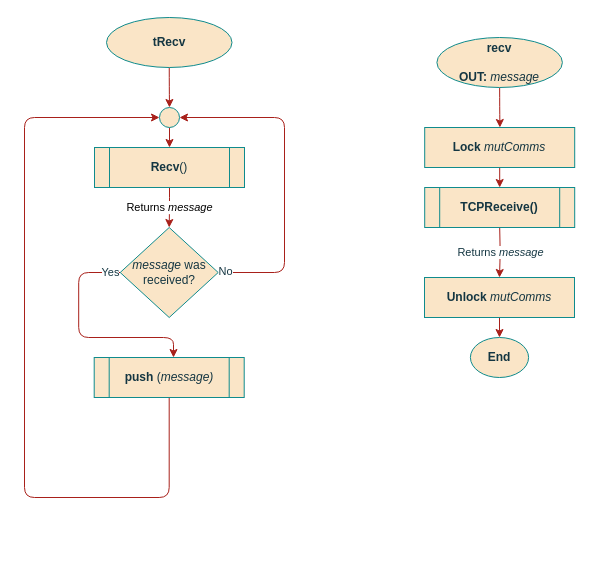
This is page "recv" (6 of 7) of project/report/flowcharts/RStasks/RS.drawio from ESRGgroup9/slipad, a draw.io file, before an edit. Source tidied: cells renumbered, new cells numbered last; positions are measured from the earlier drawing's top-left corner, leaving out a move shared by most shapes. Both pictures are drawn from the tidied source at 100%, with x=0, y=0 at pixel (24, 17).
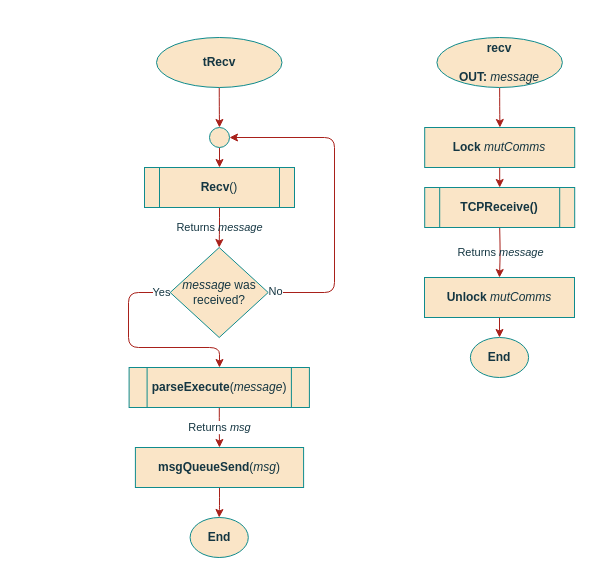
Above is the later version.

Unchanged cells that the change refers to:
```xml
<mxCell id="16" value="&lt;div&gt;recv&lt;/div&gt;&lt;div&gt;&lt;br&gt;&lt;/div&gt;&lt;div&gt;OUT: &lt;span style=&quot;font-weight: normal&quot;&gt;&lt;i&gt;message&lt;/i&gt;&lt;/span&gt;&lt;br&gt;&lt;/div&gt;" style="ellipse;whiteSpace=wrap;html=1;fillColor=#FAE5C7;strokeColor=#0F8B8D;fontColor=#143642;fontStyle=1;" parent="1" vertex="1">
  <mxGeometry x="412.4" y="20" width="125.5" height="50" as="geometry" />
</mxCell>
<mxCell id="18" value="&lt;div&gt;&lt;b&gt;Lock&lt;/b&gt; &lt;i&gt;mutComms&lt;/i&gt;&lt;/div&gt;" style="rounded=0;whiteSpace=wrap;html=1;sketch=0;fontColor=#143642;strokeColor=#0F8B8D;fillColor=#FAE5C7;" parent="1" vertex="1">
  <mxGeometry x="400.2" y="110" width="150" height="40" as="geometry" />
</mxCell>
<mxCell id="21" value="&lt;b&gt;Unlock&lt;/b&gt; &lt;i&gt;mutComms&lt;/i&gt;" style="rounded=0;whiteSpace=wrap;html=1;sketch=0;fontColor=#143642;strokeColor=#0F8B8D;fillColor=#FAE5C7;" parent="1" vertex="1">
  <mxGeometry x="400" y="260" width="150" height="40" as="geometry" />
</mxCell>
<mxCell id="23" value="End" style="ellipse;whiteSpace=wrap;html=1;fillColor=#FAE5C7;strokeColor=#0F8B8D;fontColor=#143642;fontStyle=1;" parent="1" vertex="1">
  <mxGeometry x="445.9" y="320" width="58.2" height="40" as="geometry" />
</mxCell>
```

What changed in the source:
```diff
@@
-    <mxCell id="2" style="edgeStyle=orthogonalEdgeStyle;curved=0;rounded=1;sketch=0;jettySize=auto;html=1;exitX=0.5;exitY=1;exitDx=0;exitDy=0;entryX=0.5;entryY=0;entryDx=0;entryDy=0;fontColor=#143642;strokeColor=#A8201A;fillColor=#FAE5C7;" parent="1" edge="1" source="3" target="5">
+    <mxCell id="2" style="edgeStyle=orthogonalEdgeStyle;curved=0;rounded=1;sketch=0;jettySize=auto;html=1;exitX=0.5;exitY=1;exitDx=0;exitDy=0;entryX=0.5;entryY=0;entryDx=0;entryDy=0;fontColor=#143642;strokeColor=#A8201A;fillColor=#FAE5C7;labelBackgroundColor=#DAD2D8;" parent="1" edge="1" source="3" target="5">
       <mxGeometry relative="1" as="geometry" />
     </mxCell>
     <mxCell id="3" value="tRecv" style="ellipse;whiteSpace=wrap;html=1;fillColor=#FAE5C7;strokeColor=#0F8B8D;fontColor=#143642;fontStyle=1;" parent="1" vertex="1">
-      <mxGeometry x="82" width="125.5" height="50" as="geometry" />
+      <mxGeometry x="132" y="20" width="125.5" height="50" as="geometry" />
     </mxCell>
-    <mxCell id="4" style="edgeStyle=orthogonalEdgeStyle;curved=0;rounded=1;sketch=0;jettySize=auto;html=1;exitX=0.5;exitY=1;exitDx=0;exitDy=0;entryX=0.5;entryY=0;entryDx=0;entryDy=0;fontColor=#143642;strokeColor=#A8201A;fillColor=#FAE5C7;" parent="1" edge="1" source="5">
+    <mxCell id="4" style="edgeStyle=orthogonalEdgeStyle;curved=0;rounded=1;sketch=0;jettySize=auto;html=1;exitX=0.5;exitY=1;exitDx=0;exitDy=0;entryX=0.5;entryY=0;entryDx=0;entryDy=0;fontColor=#143642;strokeColor=#A8201A;fillColor=#FAE5C7;labelBackgroundColor=#DAD2D8;" parent="1" edge="1" source="5">
       <mxGeometry relative="1" as="geometry">
-        <mxPoint x="145" y="130" as="targetPoint" />
+        <mxPoint x="195" y="150" as="targetPoint" />
       </mxGeometry>
     </mxCell>
     <mxCell id="5" style="ellipse;whiteSpace=wrap;html=1;rounded=0;sketch=0;fontColor=#143642;strokeColor=#0F8B8D;fillColor=#FAE5C7;" parent="1" vertex="1">
-      <mxGeometry x="135" y="90" width="20" height="20" as="geometry" />
+      <mxGeometry x="185" y="110" width="20" height="20" as="geometry" />
     </mxCell>
-    <mxCell id="6" style="edgeStyle=orthogonalEdgeStyle;rounded=1;sketch=0;jettySize=auto;html=1;entryX=0;entryY=0.5;entryDx=0;entryDy=0;fontColor=#143642;strokeColor=#A8201A;fillColor=#FAE5C7;exitX=0.5;exitY=1;exitDx=0;exitDy=0;" parent="1" edge="1" source="14" target="5">
-      <mxGeometry relative="1" as="geometry">
-        <Array as="points">
-          <mxPoint x="145" y="480" />
-          <mxPoint y="480" />
-          <mxPoint y="100" />
-        </Array>
-      </mxGeometry>
-    </mxCell>
-    <mxCell id="7" style="edgeStyle=orthogonalEdgeStyle;curved=0;rounded=1;sketch=0;jettySize=auto;html=1;exitX=1;exitY=0.5;exitDx=0;exitDy=0;entryX=1;entryY=0.5;entryDx=0;entryDy=0;fontColor=#143642;strokeColor=#A8201A;fillColor=#FAE5C7;" parent="1" edge="1" source="11" target="5">
+    <mxCell id="7" style="edgeStyle=orthogonalEdgeStyle;curved=0;rounded=1;sketch=0;jettySize=auto;html=1;exitX=1;exitY=0.5;exitDx=0;exitDy=0;entryX=1;entryY=0.5;entryDx=0;entryDy=0;fontColor=#143642;strokeColor=#A8201A;fillColor=#FAE5C7;labelBackgroundColor=#FFFFFF;" parent="1" edge="1" source="11" target="5">
       <mxGeometry relative="1" as="geometry">
         <Array as="points">
-          <mxPoint x="260" y="255" />
-          <mxPoint x="260" y="100" />
+          <mxPoint x="310" y="275" />
+          <mxPoint x="310" y="120" />
         </Array>
       </mxGeometry>
     </mxCell>
-    <mxCell id="8" value="No" style="edgeLabel;html=1;align=center;verticalAlign=middle;fontColor=#143642;" parent="7" vertex="1">
+    <mxCell id="8" value="No" style="edgeLabel;html=1;align=center;verticalAlign=middle;fontColor=#143642;labelBackgroundColor=default;" parent="7" vertex="1">
       <mxGeometry x="-0.96" y="2" relative="1" as="geometry" />
     </mxCell>
-    <mxCell id="9" style="edgeStyle=orthogonalEdgeStyle;sketch=0;jettySize=auto;html=1;exitX=0;exitY=0.5;exitDx=0;exitDy=0;entryX=0.5;entryY=0;entryDx=0;entryDy=0;fontColor=#143642;strokeColor=#A8201A;fillColor=#FAE5C7;rounded=1;" parent="1" edge="1" source="11">
+    <mxCell id="9" style="edgeStyle=orthogonalEdgeStyle;sketch=0;jettySize=auto;html=1;exitX=0;exitY=0.5;exitDx=0;exitDy=0;fontColor=#143642;strokeColor=#A8201A;fillColor=#FAE5C7;rounded=1;labelBackgroundColor=default;" parent="1" edge="1" source="11" target="25">
       <mxGeometry relative="1" as="geometry">
-        <mxPoint x="149" y="340" as="targetPoint" />
         <Array as="points">
-          <mxPoint x="54.2" y="255" />
-          <mxPoint x="54.2" y="320" />
-          <mxPoint x="149.2" y="320" />
+          <mxPoint x="104" y="275" />
+          <mxPoint x="104" y="330" />
+          <mxPoint x="195" y="330" />
         </Array>
       </mxGeometry>
     </mxCell>
-    <mxCell id="10" value="Yes" style="edgeLabel;html=1;align=center;verticalAlign=middle;fontColor=#143642;" parent="9" vertex="1">
+    <mxCell id="10" value="Yes" style="edgeLabel;html=1;align=center;verticalAlign=middle;fontColor=#143642;labelBackgroundColor=default;" parent="9" vertex="1">
       <mxGeometry x="-0.91" y="-1" relative="1" as="geometry" />
     </mxCell>
     <mxCell id="11" value="&lt;div&gt;&lt;i&gt;message&lt;/i&gt; was&lt;/div&gt;&lt;div&gt;received?&lt;br&gt;&lt;/div&gt;" style="rhombus;whiteSpace=wrap;html=1;rounded=0;sketch=0;fontColor=#143642;strokeColor=#0F8B8D;fillColor=#FAE5C7;" parent="1" vertex="1">
-      <mxGeometry x="95.7" y="210" width="98" height="90" as="geometry" />
+      <mxGeometry x="145.7" y="230" width="98" height="90" as="geometry" />
     </mxCell>
-    <mxCell id="12" value="Returns &lt;i&gt;message&lt;/i&gt;" style="edgeStyle=orthogonalEdgeStyle;rounded=1;jettySize=auto;html=1;exitX=0.5;exitY=1;exitDx=0;exitDy=0;entryX=0.5;entryY=0;entryDx=0;entryDy=0;strokeColor=#A8201A;" parent="1" edge="1" source="13" target="11">
+    <mxCell id="12" value="Returns &lt;i&gt;message&lt;/i&gt;" style="edgeStyle=orthogonalEdgeStyle;rounded=1;jettySize=auto;html=1;exitX=0.5;exitY=1;exitDx=0;exitDy=0;entryX=0.5;entryY=0;entryDx=0;entryDy=0;strokeColor=#A8201A;labelBackgroundColor=none;fontColor=#143642;" parent="1" edge="1" source="13" target="11">
       <mxGeometry relative="1" as="geometry" />
     </mxCell>
     <mxCell id="13" value="&lt;b&gt;Recv&lt;/b&gt;()" style="shape=process;whiteSpace=wrap;html=1;backgroundOutline=1;rounded=0;sketch=0;fontColor=#143642;strokeColor=#0F8B8D;fillColor=#FAE5C7;" parent="1" vertex="1">
-      <mxGeometry x="70" y="130" width="150" height="40" as="geometry" />
+      <mxGeometry x="120" y="150" width="150" height="40" as="geometry" />
     </mxCell>
-    <mxCell id="14" value="&lt;div&gt;&lt;b&gt;push &lt;/b&gt;(&lt;i&gt;message)&lt;/i&gt;&lt;/div&gt;" style="shape=process;whiteSpace=wrap;html=1;backgroundOutline=1;rounded=0;sketch=0;fontColor=#143642;strokeColor=#0F8B8D;fillColor=#FAE5C7;" parent="1" vertex="1">
-      <mxGeometry x="69.7" y="340" width="150" height="40" as="geometry" />
-    </mxCell>
-    <mxCell id="15" style="edgeStyle=orthogonalEdgeStyle;curved=0;rounded=1;sketch=0;jettySize=auto;html=1;exitX=0.5;exitY=1;exitDx=0;exitDy=0;entryX=0.5;entryY=0;entryDx=0;entryDy=0;fontColor=#143642;strokeColor=#A8201A;fillColor=#FAE5C7;" parent="1" edge="1" source="16">
+    <mxCell id="15" style="edgeStyle=orthogonalEdgeStyle;curved=0;rounded=1;sketch=0;jettySize=auto;html=1;exitX=0.5;exitY=1;exitDx=0;exitDy=0;entryX=0.5;entryY=0;entryDx=0;entryDy=0;fontColor=#143642;strokeColor=#A8201A;fillColor=#FAE5C7;labelBackgroundColor=#DAD2D8;" parent="1" edge="1" source="16">
       <mxGeometry relative="1" as="geometry">
         <mxPoint x="475.4" y="110" as="targetPoint" />
       </mxGeometry>
     </mxCell>
@@
-    <mxCell id="17" style="edgeStyle=orthogonalEdgeStyle;curved=0;rounded=1;sketch=0;jettySize=auto;html=1;fontColor=#143642;strokeColor=#A8201A;fillColor=#FAE5C7;" parent="1" edge="1" source="18">
+    <mxCell id="17" style="edgeStyle=orthogonalEdgeStyle;curved=0;rounded=1;sketch=0;jettySize=auto;html=1;fontColor=#143642;strokeColor=#A8201A;fillColor=#FAE5C7;labelBackgroundColor=#DAD2D8;" parent="1" edge="1" source="18">
       <mxGeometry relative="1" as="geometry">
         <mxPoint x="475.2" y="170" as="targetPoint" />
       </mxGeometry>
     </mxCell>
@@
-    <mxCell id="19" value="Returns &lt;i&gt;message&lt;/i&gt;" style="edgeStyle=orthogonalEdgeStyle;curved=0;rounded=1;sketch=0;jettySize=auto;html=1;fontColor=#143642;strokeColor=#A8201A;fillColor=#FAE5C7;entryX=0.5;entryY=0;entryDx=0;entryDy=0;" parent="1" edge="1" target="21">
+    <mxCell id="19" value="Returns &lt;i&gt;message&lt;/i&gt;" style="edgeStyle=orthogonalEdgeStyle;curved=0;rounded=1;sketch=0;jettySize=auto;html=1;fontColor=#143642;strokeColor=#A8201A;fillColor=#FAE5C7;entryX=0.5;entryY=0;entryDx=0;entryDy=0;labelBackgroundColor=none;" parent="1" edge="1" target="21">
       <mxGeometry relative="1" as="geometry">
         <mxPoint x="475.2" y="210" as="sourcePoint" />
       </mxGeometry>
     </mxCell>
-    <mxCell id="20" style="edgeStyle=orthogonalEdgeStyle;rounded=1;jettySize=auto;html=1;exitX=0.5;exitY=1;exitDx=0;exitDy=0;entryX=0.5;entryY=0;entryDx=0;entryDy=0;strokeColor=#A8201A;" parent="1" edge="1" source="21" target="23">
+    <mxCell id="20" style="edgeStyle=orthogonalEdgeStyle;rounded=1;jettySize=auto;html=1;exitX=0.5;exitY=1;exitDx=0;exitDy=0;entryX=0.5;entryY=0;entryDx=0;entryDy=0;strokeColor=#A8201A;labelBackgroundColor=#DAD2D8;fontColor=#143642;" parent="1" edge="1" source="21" target="23">
       <mxGeometry relative="1" as="geometry" />
     </mxCell>
@@
+    <mxCell id="24" value="Returns&lt;i&gt; msg&lt;/i&gt;" style="edgeStyle=orthogonalEdgeStyle;curved=0;rounded=1;sketch=0;jettySize=auto;html=1;labelBackgroundColor=default;fontColor=#143642;strokeColor=#A8201A;fillColor=#FAE5C7;" parent="1" edge="1" source="25" target="28">
+      <mxGeometry relative="1" as="geometry" />
+    </mxCell>
+    <mxCell id="25" value="&lt;b&gt;parseExecute&lt;/b&gt;(&lt;i&gt;message&lt;/i&gt;)" style="shape=process;whiteSpace=wrap;html=1;backgroundOutline=1;rounded=0;sketch=0;fontColor=#143642;strokeColor=#0F8B8D;fillColor=#FAE5C7;" parent="1" vertex="1">
+      <mxGeometry x="104.6" y="350" width="180.3" height="40" as="geometry" />
+    </mxCell>
+    <mxCell id="26" value="End" style="ellipse;whiteSpace=wrap;html=1;fillColor=#FAE5C7;strokeColor=#0F8B8D;fontColor=#143642;fontStyle=1;" parent="1" vertex="1">
+      <mxGeometry x="165.6" y="500" width="58.2" height="40" as="geometry" />
+    </mxCell>
+    <mxCell id="27" style="edgeStyle=orthogonalEdgeStyle;curved=0;rounded=1;sketch=0;jettySize=auto;html=1;labelBackgroundColor=default;fontColor=#143642;strokeColor=#A8201A;fillColor=#FAE5C7;" parent="1" edge="1" source="28" target="26">
+      <mxGeometry relative="1" as="geometry" />
+    </mxCell>
+    <mxCell id="28" value="&lt;b&gt;msgQueueSend&lt;/b&gt;(&lt;i&gt;msg&lt;/i&gt;)" style="rounded=0;whiteSpace=wrap;html=1;sketch=0;fontColor=#143642;strokeColor=#0F8B8D;fillColor=#FAE5C7;" parent="1" vertex="1">
+      <mxGeometry x="110.9" y="430" width="168.2" height="40" as="geometry" />
+    </mxCell>
```
